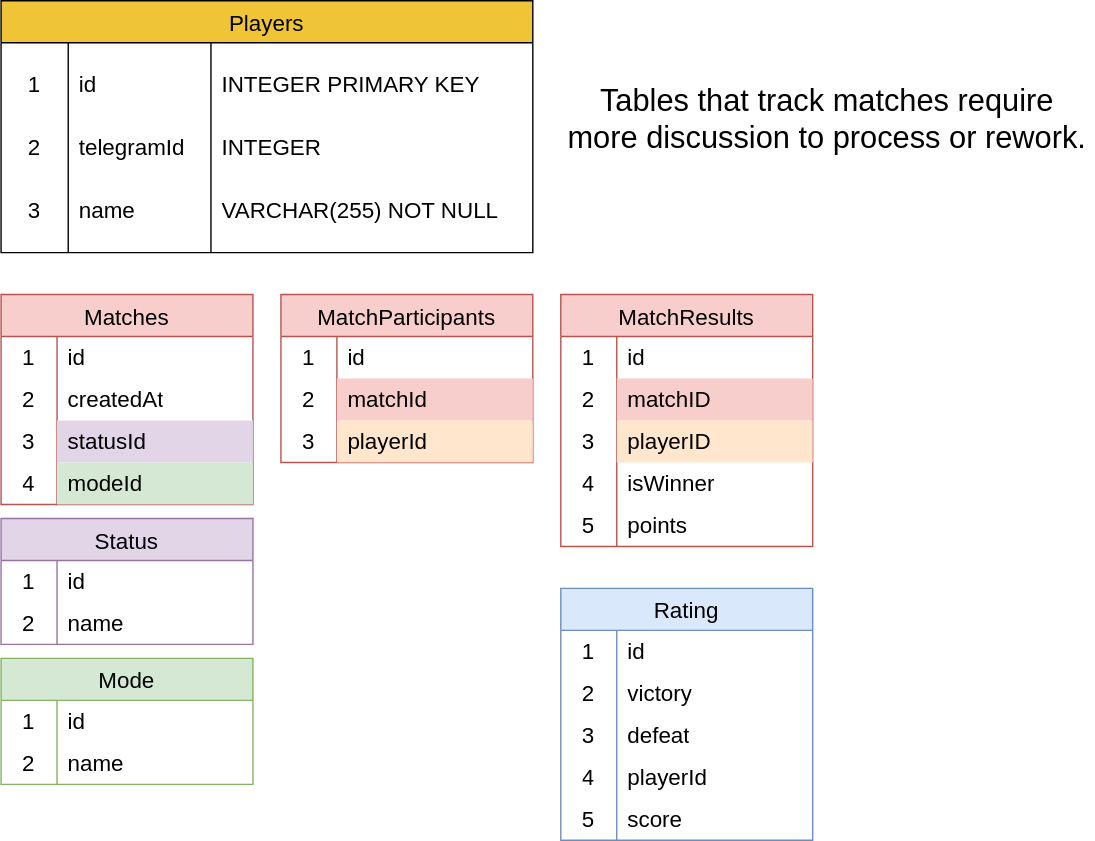
The draw.io diagram documentation/telegram-tennis-db-diagram.drawio.svg in excelsiooor-apps/dream-team, before a commit. Source tidied: cells renumbered, new cells last; positions are measured from the earlier drawing's top-left corner, leaving out a move shared by most shapes.
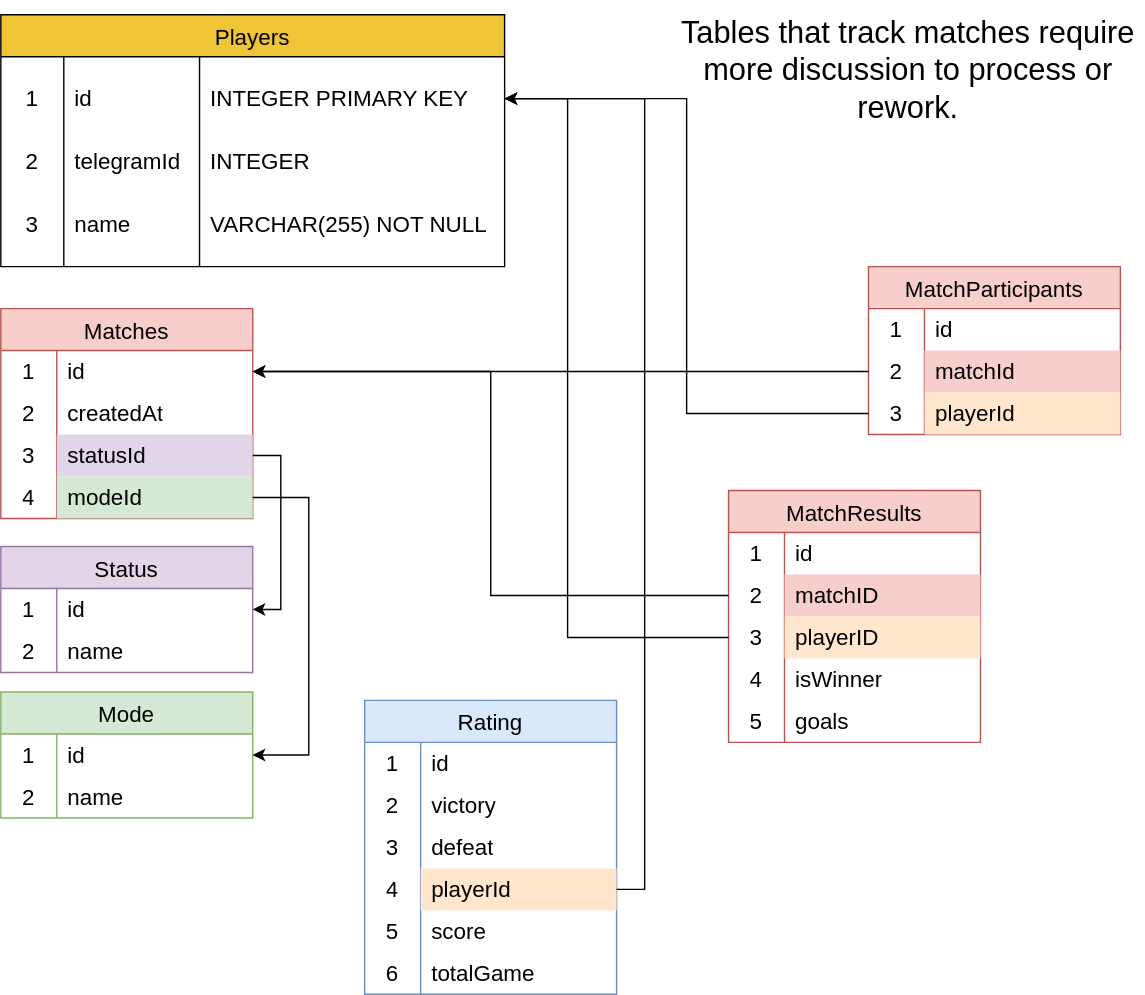
Later version of the same file.

Change to the diagram source:
```diff
@@ -3,43 +3,43 @@
     <mxCell id="0" />
     <mxCell id="1" parent="0" />
     <mxCell id="2" value="Players" style="shape=table;startSize=30;rowLines=0;fontStyle=0;strokeColor=default;fontSize=16;swimlaneLine=1;shadow=0;rounded=0;gradientColor=none;swimlaneFillColor=none;fillColor=#F0C437;" parent="1" vertex="1">
-      <mxGeometry width="380" height="180" as="geometry" />
+      <mxGeometry width="360" height="180" as="geometry" />
     </mxCell>
     <mxCell id="3" style="shape=tableRow;horizontal=0;startSize=0;swimlaneHead=0;swimlaneBody=0;top=0;left=0;bottom=0;right=0;fillColor=none;points=[[0,0.5],[1,0.5]];portConstraint=eastwest;strokeColor=inherit;fontSize=16;" parent="2" vertex="1">
-      <mxGeometry y="30" width="380" height="60" as="geometry" />
+      <mxGeometry y="30" width="360" height="60" as="geometry" />
     </mxCell>
     <mxCell id="4" value="1" style="shape=partialRectangle;html=1;whiteSpace=wrap;fillColor=none;top=0;left=0;bottom=0;right=0;overflow=hidden;strokeColor=inherit;fontSize=16;" parent="3" vertex="1">
-      <mxGeometry width="48" height="60" as="geometry" />
+      <mxGeometry width="45" height="60" as="geometry" />
     </mxCell>
     <mxCell id="5" value="id" style="shape=partialRectangle;html=1;whiteSpace=wrap;fillColor=none;top=0;left=0;bottom=0;right=0;align=left;spacingLeft=6;overflow=hidden;strokeColor=#000000;fontSize=16;strokeWidth=3;" parent="3" vertex="1">
-      <mxGeometry x="48" width="102" height="60" as="geometry" />
+      <mxGeometry x="45" width="97" height="60" as="geometry" />
     </mxCell>
     <mxCell id="6" value="INTEGER PRIMARY KEY&amp;nbsp;" style="shape=partialRectangle;html=1;whiteSpace=wrap;fillColor=none;top=0;left=0;bottom=0;right=0;align=left;spacingLeft=6;overflow=hidden;strokeColor=#000000;fontSize=16;strokeWidth=3;" parent="3" vertex="1">
-      <mxGeometry x="150" width="230" height="60" as="geometry" />
+      <mxGeometry x="142" width="218" height="60" as="geometry" />
     </mxCell>
     <mxCell id="7" style="shape=tableRow;horizontal=0;startSize=0;swimlaneHead=0;swimlaneBody=0;top=0;left=0;bottom=0;right=0;fillColor=none;strokeColor=inherit;fontSize=16;" parent="2" vertex="1">
-      <mxGeometry y="90" width="380" height="30" as="geometry" />
+      <mxGeometry y="90" width="360" height="30" as="geometry" />
     </mxCell>
     <mxCell id="8" value="2" style="shape=partialRectangle;html=1;whiteSpace=wrap;fillColor=none;top=0;left=0;bottom=0;right=0;overflow=hidden;strokeColor=inherit;fontSize=16;" parent="7" vertex="1">
-      <mxGeometry width="48" height="30" as="geometry" />
+      <mxGeometry width="45" height="30" as="geometry" />
     </mxCell>
     <mxCell id="9" value="telegramId" style="shape=partialRectangle;html=1;whiteSpace=wrap;fillColor=none;top=0;left=0;bottom=0;right=0;align=left;spacingLeft=6;overflow=hidden;strokeColor=#000000;fontSize=16;strokeWidth=3;" parent="7" vertex="1">
-      <mxGeometry x="48" width="102" height="30" as="geometry" />
+      <mxGeometry x="45" width="97" height="30" as="geometry" />
     </mxCell>
     <mxCell id="10" value="INTEGER" style="shape=partialRectangle;html=1;whiteSpace=wrap;fillColor=none;top=0;left=0;bottom=0;right=0;align=left;spacingLeft=6;overflow=hidden;strokeColor=#000000;fontSize=16;strokeWidth=3;" parent="7" vertex="1">
-      <mxGeometry x="150" width="230" height="30" as="geometry" />
+      <mxGeometry x="142" width="218" height="30" as="geometry" />
     </mxCell>
     <mxCell id="11" style="shape=tableRow;horizontal=0;startSize=0;swimlaneHead=0;swimlaneBody=0;top=0;left=0;bottom=0;right=0;fillColor=none;strokeColor=inherit;fontSize=16;" parent="2" vertex="1">
-      <mxGeometry y="120" width="380" height="60" as="geometry" />
+      <mxGeometry y="120" width="360" height="60" as="geometry" />
     </mxCell>
     <mxCell id="12" value="3" style="shape=partialRectangle;html=1;whiteSpace=wrap;fillColor=none;top=0;left=0;bottom=0;right=0;overflow=hidden;strokeColor=inherit;fontSize=16;" parent="11" vertex="1">
-      <mxGeometry width="48" height="60" as="geometry" />
+      <mxGeometry width="45" height="60" as="geometry" />
     </mxCell>
     <mxCell id="13" value="name" style="shape=partialRectangle;html=1;whiteSpace=wrap;fillColor=none;top=0;left=0;bottom=0;right=0;align=left;spacingLeft=6;overflow=hidden;strokeColor=#000000;fontSize=16;strokeWidth=3;" parent="11" vertex="1">
-      <mxGeometry x="48" width="102" height="60" as="geometry" />
+      <mxGeometry x="45" width="97" height="60" as="geometry" />
     </mxCell>
     <mxCell id="14" value="VARCHAR(255) NOT NULL" style="shape=partialRectangle;html=1;whiteSpace=wrap;fillColor=none;top=0;left=0;bottom=0;right=0;align=left;spacingLeft=6;overflow=hidden;strokeColor=#000000;fontSize=16;strokeWidth=3;" parent="11" vertex="1">
-      <mxGeometry x="150" width="230" height="60" as="geometry" />
+      <mxGeometry x="142" width="218" height="60" as="geometry" />
     </mxCell>
     <mxCell id="15" value="Matches " style="shape=table;startSize=30;rowLines=0;fontStyle=0;strokeColor=#b85450;fontSize=16;fillColor=#f8cecc;" parent="1" vertex="1">
       <mxGeometry y="210" width="180" height="150" as="geometry" />
@@ -81,7 +81,7 @@
       <mxGeometry x="40" width="140" height="30" as="geometry" />
     </mxCell>
     <mxCell id="28" value="MatchParticipants " style="shape=table;startSize=30;rowLines=0;fontStyle=0;strokeColor=#b85450;fontSize=16;fillColor=#f8cecc;" parent="1" vertex="1">
-      <mxGeometry x="200" y="210" width="180" height="120" as="geometry" />
+      <mxGeometry x="620" y="180" width="180" height="120" as="geometry" />
     </mxCell>
     <mxCell id="29" style="shape=tableRow;horizontal=0;startSize=0;swimlaneHead=0;swimlaneBody=0;top=0;left=0;bottom=0;right=0;fillColor=none;strokeColor=inherit;fontSize=16;" parent="28" vertex="1">
       <mxGeometry y="30" width="180" height="30" as="geometry" />
@@ -111,7 +111,7 @@
       <mxGeometry x="40" width="140" height="30" as="geometry" />
     </mxCell>
     <mxCell id="38" value="MatchResults " style="shape=table;startSize=30;rowLines=0;fontStyle=0;strokeColor=#b85450;fontSize=16;fillColor=#f8cecc;" parent="1" vertex="1">
-      <mxGeometry x="400" y="210" width="180" height="180" as="geometry" />
+      <mxGeometry x="520" y="340" width="180" height="180" as="geometry" />
     </mxCell>
     <mxCell id="39" style="shape=tableRow;horizontal=0;startSize=0;swimlaneHead=0;swimlaneBody=0;top=0;left=0;bottom=0;right=0;fillColor=none;strokeColor=inherit;fontSize=16;" parent="38" vertex="1">
       <mxGeometry y="30" width="180" height="30" as="geometry" />
@@ -155,14 +155,14 @@
     <mxCell id="52" value="5" style="shape=partialRectangle;html=1;whiteSpace=wrap;fillColor=none;top=0;left=0;bottom=0;right=0;overflow=hidden;strokeColor=inherit;fontSize=16;" parent="51" vertex="1">
       <mxGeometry width="40" height="30" as="geometry" />
     </mxCell>
-    <mxCell id="53" value="points" style="shape=partialRectangle;html=1;whiteSpace=wrap;fillColor=none;top=0;left=0;bottom=0;right=0;align=left;spacingLeft=6;overflow=hidden;strokeColor=inherit;fontSize=16;" parent="51" vertex="1">
+    <mxCell id="53" value="goals" style="shape=partialRectangle;html=1;whiteSpace=wrap;fillColor=none;top=0;left=0;bottom=0;right=0;align=left;spacingLeft=6;overflow=hidden;strokeColor=inherit;fontSize=16;" parent="51" vertex="1">
       <mxGeometry x="40" width="140" height="30" as="geometry" />
     </mxCell>
     <mxCell id="54" value="&lt;font style=&quot;font-size: 22px;&quot;&gt;Tables that track matches require more discussion to process or rework.&lt;/font&gt;" style="text;html=1;strokeColor=none;fillColor=none;align=center;verticalAlign=middle;whiteSpace=wrap;rounded=0;" parent="1" vertex="1">
-      <mxGeometry x="400" y="20" width="381" height="130" as="geometry" />
+      <mxGeometry x="480" y="-10" width="337" height="100" as="geometry" />
     </mxCell>
     <mxCell id="55" value="Status" style="shape=table;startSize=30;rowLines=0;fontStyle=0;strokeColor=#9673a6;fontSize=16;fillColor=#e1d5e7;" parent="1" vertex="1">
-      <mxGeometry y="370" width="180" height="90" as="geometry" />
+      <mxGeometry y="380" width="180" height="90" as="geometry" />
     </mxCell>
     <mxCell id="56" style="shape=tableRow;horizontal=0;startSize=0;swimlaneHead=0;swimlaneBody=0;top=0;left=0;bottom=0;right=0;fillColor=none;points=[[0,0.5],[1,0.5]];portConstraint=eastwest;strokeColor=inherit;fontSize=16;" parent="55" vertex="1">
       <mxGeometry y="30" width="180" height="30" as="geometry" />
@@ -183,7 +183,7 @@
       <mxGeometry x="40" width="140" height="30" as="geometry" />
     </mxCell>
     <mxCell id="62" value="Mode" style="shape=table;startSize=30;rowLines=0;fontStyle=0;strokeColor=#82b366;fontSize=16;fillColor=#d5e8d4;" parent="1" vertex="1">
-      <mxGeometry y="470" width="180" height="90" as="geometry" />
+      <mxGeometry y="484" width="180" height="90" as="geometry" />
     </mxCell>
     <mxCell id="63" style="shape=tableRow;horizontal=0;startSize=0;swimlaneHead=0;swimlaneBody=0;top=0;left=0;bottom=0;right=0;fillColor=none;points=[[0,0.5],[1,0.5]];portConstraint=eastwest;strokeColor=inherit;fontSize=16;" parent="62" vertex="1">
       <mxGeometry y="30" width="180" height="30" as="geometry" />
@@ -204,7 +204,7 @@
       <mxGeometry x="40" width="140" height="30" as="geometry" />
     </mxCell>
     <mxCell id="69" value="Rating" style="shape=table;startSize=30;rowLines=0;fontStyle=0;strokeColor=#6c8ebf;fontSize=16;fillColor=#dae8fc;" parent="1" vertex="1">
-      <mxGeometry x="400" y="420" width="180" height="180" as="geometry" />
+      <mxGeometry x="260" y="490" width="180" height="210" as="geometry" />
     </mxCell>
     <mxCell id="70" style="shape=tableRow;horizontal=0;startSize=0;swimlaneHead=0;swimlaneBody=0;top=0;left=0;bottom=0;right=0;fillColor=none;points=[[0,0.5],[1,0.5]];portConstraint=eastwest;strokeColor=inherit;fontSize=16;" parent="69" vertex="1">
       <mxGeometry y="30" width="180" height="30" as="geometry" />
@@ -239,7 +239,7 @@
     <mxCell id="80" value="4" style="shape=partialRectangle;html=1;whiteSpace=wrap;fillColor=none;top=0;left=0;bottom=0;right=0;overflow=hidden;strokeColor=inherit;fontSize=16;" parent="79" vertex="1">
       <mxGeometry width="40" height="30" as="geometry" />
     </mxCell>
-    <mxCell id="81" value="playerId" style="shape=partialRectangle;html=1;whiteSpace=wrap;fillColor=none;top=0;left=0;bottom=0;right=0;align=left;spacingLeft=6;overflow=hidden;strokeColor=inherit;fontSize=16;" parent="79" vertex="1">
+    <mxCell id="81" value="playerId" style="shape=partialRectangle;html=1;whiteSpace=wrap;fillColor=#ffe6cc;top=0;left=0;bottom=0;right=0;align=left;spacingLeft=6;overflow=hidden;strokeColor=#d79b00;fontSize=16;" parent="79" vertex="1">
       <mxGeometry x="40" width="140" height="30" as="geometry" />
     </mxCell>
     <mxCell id="82" style="shape=tableRow;horizontal=0;startSize=0;swimlaneHead=0;swimlaneBody=0;top=0;left=0;bottom=0;right=0;fillColor=none;strokeColor=inherit;fontSize=16;" parent="69" vertex="1">
@@ -251,5 +251,48 @@
     <mxCell id="84" value="score" style="shape=partialRectangle;html=1;whiteSpace=wrap;fillColor=none;top=0;left=0;bottom=0;right=0;align=left;spacingLeft=6;overflow=hidden;strokeColor=inherit;fontSize=16;" parent="82" vertex="1">
       <mxGeometry x="40" width="140" height="30" as="geometry" />
     </mxCell>
+    <mxCell id="85" style="shape=tableRow;horizontal=0;startSize=0;swimlaneHead=0;swimlaneBody=0;top=0;left=0;bottom=0;right=0;fillColor=none;strokeColor=inherit;fontSize=16;" parent="69" vertex="1">
+      <mxGeometry y="180" width="180" height="30" as="geometry" />
+    </mxCell>
+    <mxCell id="86" value="6" style="shape=partialRectangle;html=1;whiteSpace=wrap;fillColor=none;top=0;left=0;bottom=0;right=0;overflow=hidden;strokeColor=inherit;fontSize=16;" parent="85" vertex="1">
+      <mxGeometry width="40" height="30" as="geometry" />
+    </mxCell>
+    <mxCell id="87" value="totalGame" style="shape=partialRectangle;html=1;whiteSpace=wrap;fillColor=none;top=0;left=0;bottom=0;right=0;align=left;spacingLeft=6;overflow=hidden;strokeColor=inherit;fontSize=16;" parent="85" vertex="1">
+      <mxGeometry x="40" width="140" height="30" as="geometry" />
+    </mxCell>
+    <mxCell id="88" style="edgeStyle=orthogonalEdgeStyle;rounded=0;jettySize=auto;html=1;exitX=0;exitY=0.5;exitDx=0;exitDy=0;entryX=1;entryY=0.5;entryDx=0;entryDy=0;" parent="1" edge="1" source="35" target="3">
+      <mxGeometry relative="1" as="geometry" />
+    </mxCell>
+    <mxCell id="89" style="edgeStyle=orthogonalEdgeStyle;rounded=0;jettySize=auto;html=1;entryX=1;entryY=0.5;entryDx=0;entryDy=0;exitX=0;exitY=0.5;exitDx=0;exitDy=0;" parent="1" edge="1" source="45" target="3">
+      <mxGeometry relative="1" as="geometry">
+        <Array as="points">
+          <mxPoint x="405" y="445" />
+          <mxPoint x="405" y="60" />
+        </Array>
+      </mxGeometry>
+    </mxCell>
+    <mxCell id="90" style="edgeStyle=orthogonalEdgeStyle;rounded=0;jettySize=auto;html=1;exitX=0;exitY=0.5;exitDx=0;exitDy=0;entryX=1;entryY=0.5;entryDx=0;entryDy=0;" parent="1" edge="1" source="32" target="16">
+      <mxGeometry relative="1" as="geometry" />
+    </mxCell>
+    <mxCell id="91" style="edgeStyle=orthogonalEdgeStyle;rounded=0;jettySize=auto;html=1;exitX=0;exitY=0.5;exitDx=0;exitDy=0;entryX=1;entryY=0.5;entryDx=0;entryDy=0;" parent="1" edge="1" source="42" target="16">
+      <mxGeometry relative="1" as="geometry" />
+    </mxCell>
+    <mxCell id="92" style="edgeStyle=orthogonalEdgeStyle;rounded=0;jettySize=auto;html=1;exitX=1;exitY=0.5;exitDx=0;exitDy=0;entryX=1;entryY=0.5;entryDx=0;entryDy=0;" parent="1" edge="1" source="22" target="56">
+      <mxGeometry relative="1" as="geometry" />
+    </mxCell>
+    <mxCell id="93" style="edgeStyle=orthogonalEdgeStyle;rounded=0;jettySize=auto;html=1;exitX=1;exitY=0.5;exitDx=0;exitDy=0;entryX=1;entryY=0.5;entryDx=0;entryDy=0;" parent="1" edge="1" source="25" target="63">
+      <mxGeometry relative="1" as="geometry">
+        <Array as="points">
+          <mxPoint x="220" y="345" />
+          <mxPoint x="220" y="529" />
+        </Array>
+      </mxGeometry>
+    </mxCell>
+    <mxCell id="94" style="edgeStyle=orthogonalEdgeStyle;rounded=0;jettySize=auto;html=1;exitX=0;exitY=0.5;exitDx=0;exitDy=0;entryX=1;entryY=0.5;entryDx=0;entryDy=0;" parent="1" edge="1" source="x" target="70">
+      <mxGeometry relative="1" as="geometry" />
+    </mxCell>
+    <mxCell id="95" style="edgeStyle=orthogonalEdgeStyle;rounded=0;jettySize=auto;html=1;exitX=1;exitY=0.5;exitDx=0;exitDy=0;entryX=1;entryY=0.5;entryDx=0;entryDy=0;" parent="1" edge="1" source="79" target="3">
+      <mxGeometry relative="1" as="geometry" />
+    </mxCell>
   </root>
 </mxGraphModel>
```
